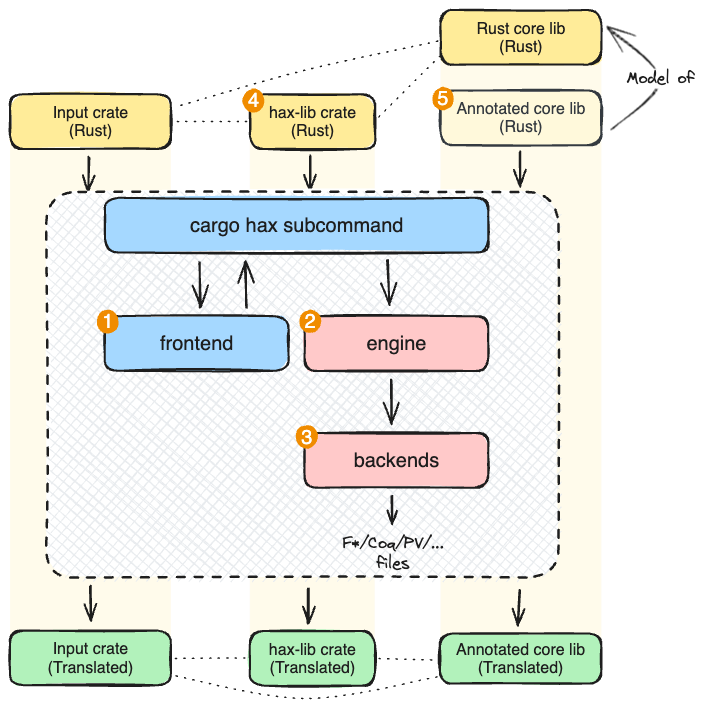
This is docs/frontend/high-level-arch.excalidraw.png from ssyram/hax-dev, a Excalidraw export, as it was before one commit. Source tidied: one line per element, renumbered; positions are measured from the earlier drawing's top-left corner, leaving out a move shared by most shapes.
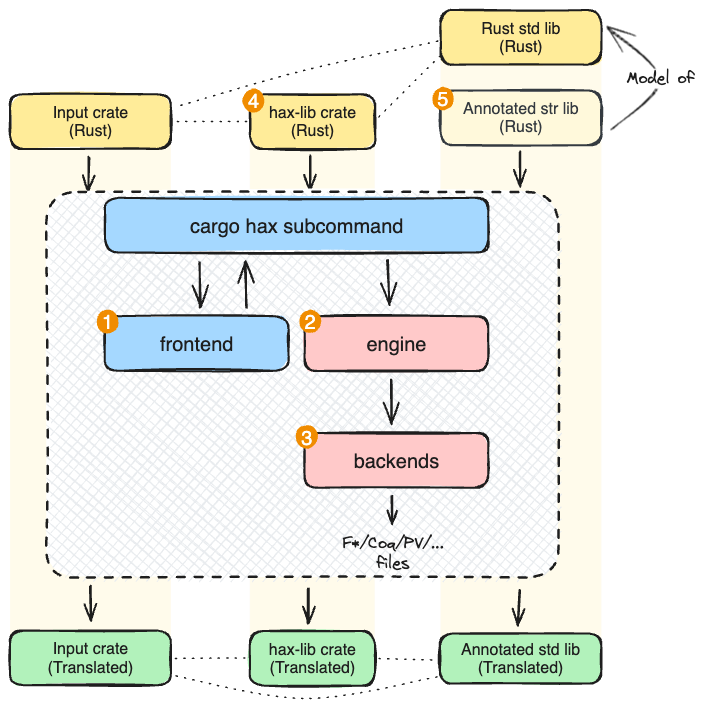
After the change.

Commit message:
refresh diagrams

Change to the diagram source:
```diff
@@ -2,7 +2,7 @@
 {"id": 1, "type": "rectangle", "strokeColor": "#f8f9fa", "backgroundColor": "#ffec99", "fillStyle": "solid", "strokeWidth": 1, "roughness": 0, "opacity": 20, "x": 240, "y": 118, "width": 125, "height": 526}
 {"id": 2, "type": "rectangle", "strokeColor": "#f8f9fa", "backgroundColor": "#ffec99", "fillStyle": "solid", "strokeWidth": 1, "roughness": 0, "opacity": 20, "x": 430, "y": 27, "width": 161, "height": 625}
 {"id": 3, "type": "rectangle", "strokeColor": "#1e1e1e", "backgroundColor": "#b2f2bb", "fillStyle": "solid", "strokeWidth": 2, "roughness": 1, "round": true, "x": 430, "y": 624, "width": 161, "height": 50}
-{"id": 4, "type": "text", "text": "Annotated core lib\n(Translated)", "strokeColor": "#1e1e1e", "backgroundColor": "#b2f2bb", "fillStyle": "solid", "strokeWidth": 2, "roughness": 1, "fontSize": 16, "fontFamily": 2, "textAlign": "center", "verticalAlign": "middle", "inside": 3, "x": 446, "y": 630, "width": 129, "height": 37}
+{"id": 4, "type": "text", "text": "Annotated std lib\n(Translated)", "strokeColor": "#1e1e1e", "backgroundColor": "#b2f2bb", "fillStyle": "solid", "strokeWidth": 2, "roughness": 1, "fontSize": 16, "fontFamily": 2, "textAlign": "center", "verticalAlign": "middle", "inside": 3, "x": 451, "y": 630, "width": 119, "height": 37}
 {"id": 5, "type": "rectangle", "strokeColor": "#1e1e1e", "backgroundColor": "#ffec99", "fillStyle": "solid", "strokeWidth": 2, "roughness": 1, "round": true, "x": 0, "y": 84, "width": 161, "height": 55}
 {"id": 6, "type": "text", "text": "Input crate\n(Rust)", "strokeColor": "#1e1e1e", "backgroundColor": "#b2f2bb", "fillStyle": "solid", "strokeWidth": 2, "roughness": 1, "fontSize": 16, "fontFamily": 2, "textAlign": "center", "verticalAlign": "middle", "inside": 5, "x": 43, "y": 93, "width": 76, "height": 37}
 {"id": 7, "type": "rectangle", "strokeColor": "#1e1e1e", "backgroundColor": "#ffec99", "fillStyle": "solid", "strokeWidth": 2, "roughness": 1, "round": true, "x": 240, "y": 84, "width": 125, "height": 55}
@@ -14,9 +14,9 @@
 {"id": 13, "type": "line", "strokeColor": "#1e1e1e", "backgroundColor": "#b2f2bb", "fillStyle": "solid", "strokeWidth": 1, "strokeStyle": "dotted", "roughness": 1, "round": true, "x": 236, "y": 112, "width": 69, "height": 0, "points": [[0, 0], [-69, 0]]}
 {"id": 14, "type": "line", "strokeColor": "#1e1e1e", "backgroundColor": "#b2f2bb", "fillStyle": "solid", "strokeWidth": 1, "strokeStyle": "dotted", "roughness": 1, "round": true, "x": 234, "y": 649, "width": 69, "height": 0, "points": [[0, 0], [-69, 0]]}
 {"id": 15, "type": "rectangle", "strokeColor": "#1e1e1e", "backgroundColor": "#ffec99", "fillStyle": "solid", "strokeWidth": 2, "roughness": 1, "round": true, "x": 430, "y": 0, "width": 161, "height": 55}
-{"id": 16, "type": "text", "text": "Rust core lib\n(Rust)", "strokeColor": "#1e1e1e", "backgroundColor": "#b2f2bb", "fillStyle": "solid", "strokeWidth": 2, "roughness": 1, "fontSize": 16, "fontFamily": 2, "textAlign": "center", "verticalAlign": "middle", "inside": 15, "x": 466, "y": 9, "width": 89, "height": 37}
+{"id": 16, "type": "text", "text": "Rust std lib\n(Rust)", "strokeColor": "#1e1e1e", "backgroundColor": "#b2f2bb", "fillStyle": "solid", "strokeWidth": 2, "roughness": 1, "fontSize": 16, "fontFamily": 2, "textAlign": "center", "verticalAlign": "middle", "inside": 15, "x": 471, "y": 9, "width": 79, "height": 37}
 {"id": 17, "type": "rectangle", "strokeColor": "#343a40", "backgroundColor": "#fff9db", "fillStyle": "solid", "strokeWidth": 2, "roughness": 1, "round": true, "x": 430, "y": 80, "width": 161, "height": 55}
-{"id": 18, "type": "text", "text": "Annotated core lib\n(Rust)", "strokeColor": "#343a40", "backgroundColor": "#b2f2bb", "fillStyle": "solid", "strokeWidth": 2, "roughness": 1, "fontSize": 16, "fontFamily": 2, "textAlign": "center", "verticalAlign": "middle", "inside": 17, "x": 446, "y": 89, "width": 129, "height": 37}
+{"id": 18, "type": "text", "text": "Annotated str lib\n(Rust)", "strokeColor": "#343a40", "backgroundColor": "#b2f2bb", "fillStyle": "solid", "strokeWidth": 2, "roughness": 1, "fontSize": 16, "fontFamily": 2, "textAlign": "center", "verticalAlign": "middle", "inside": 17, "x": 453, "y": 89, "width": 116, "height": 37}
 {"id": 19, "type": "arrow", "strokeColor": "#1e1e1e", "backgroundColor": "#b2f2bb", "fillStyle": "solid", "strokeWidth": 1, "roughness": 1, "endArrowhead": "arrow", "round": true, "from": 17, "to": 15, "x": 602, "y": 118, "width": 54, "height": 101, "points": [[0, 0], [48, -49], [-6, -101]]}
 {"id": 20, "type": "text", "text": "Model of", "strokeColor": "#1e1e1e", "backgroundColor": "#b2f2bb", "fillStyle": "solid", "strokeWidth": 1, "strokeStyle": "dotted", "roughness": 1, "fontSize": 16, "fontFamily": 1, "textAlign": "center", "verticalAlign": "middle", "inside": 19, "x": 617, "y": 59, "width": 68, "height": 20}
 {"id": 21, "type": "line", "strokeColor": "#1e1e1e", "backgroundColor": "#b2f2bb", "fillStyle": "solid", "strokeWidth": 1, "strokeStyle": "dotted", "roughness": 1, "round": true, "x": 430, "y": 47, "width": 65, "height": 64, "points": [[0, 0], [-65, 64]]}
```
